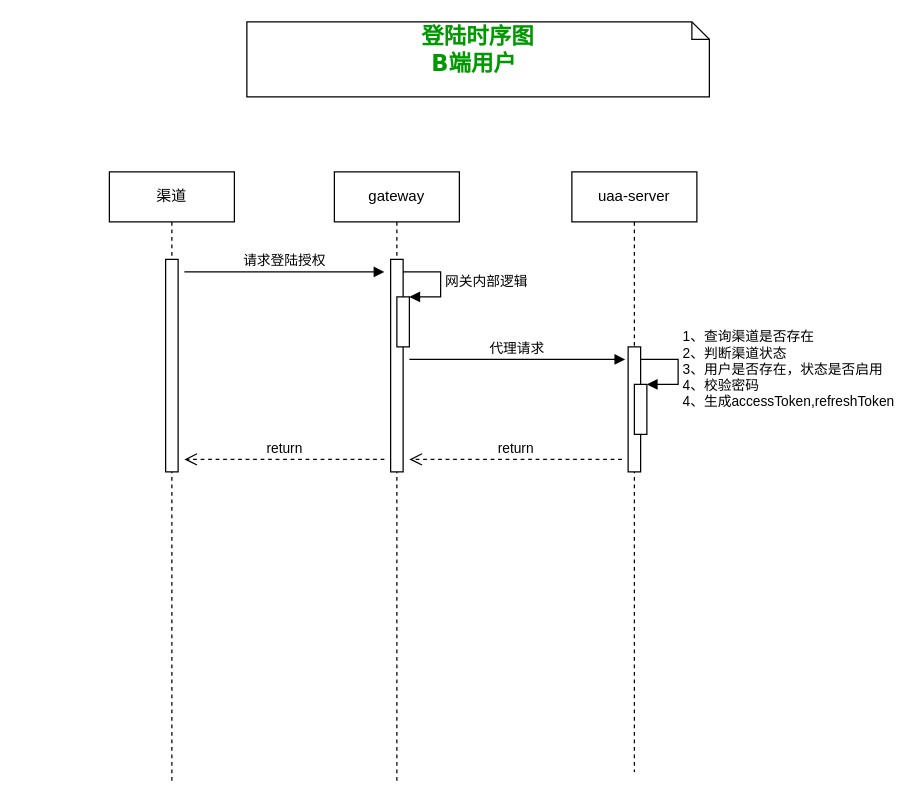
Above: Juzi/登陆流程.drawio in Gopanpan/Gopan-drawing (draw.io), before the change. Source tidied: cells renumbered, new cells numbered last; positions are measured from the earlier drawing's top-left corner, leaving out a move shared by most shapes. Both pictures are drawn from the tidied source at 125%, with x=0, y=0 at pixel (109, 21).
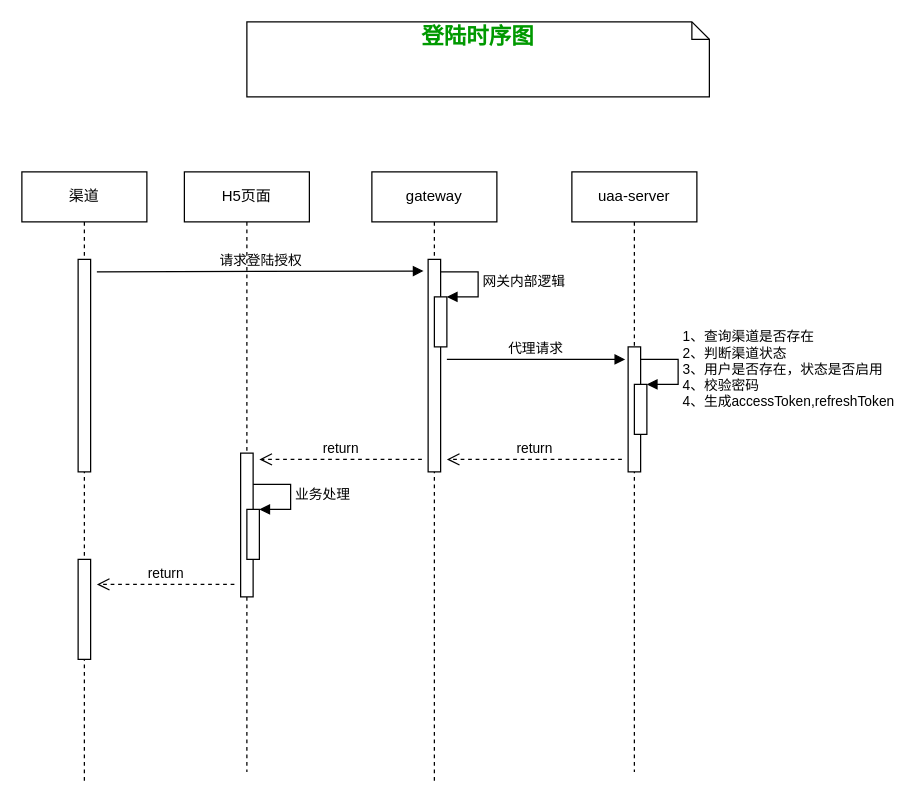
Above is the later version.

The change refers to these unchanged cells:
```xml
<mxCell id="7" style="html=1;points=[];perimeter=orthogonalPerimeter;" parent="6" vertex="1">
  <mxGeometry x="45" y="70" width="10" height="170" as="geometry" />
</mxCell>
```

Change to the diagram source:
```diff
@@
-    <mxCell id="2" value="&lt;font style=&quot;font-size: 18px&quot;&gt;&lt;b&gt;&lt;font color=&quot;#009900&quot;&gt;登陆时序图&lt;br&gt;B端用户&amp;nbsp;&lt;br&gt;&lt;/font&gt;&lt;br&gt;&lt;/b&gt;&lt;/font&gt;" style="shape=note;whiteSpace=wrap;html=1;size=14;verticalAlign=top;align=center;spacingTop=-6;rounded=0;shadow=0;comic=0;labelBackgroundColor=none;strokeWidth=1;fontFamily=Verdana;fontSize=12;" parent="1" vertex="1">
+    <mxCell id="2" value="&lt;font style=&quot;font-size: 18px&quot;&gt;&lt;b&gt;&lt;font color=&quot;#009900&quot;&gt;登陆时序图&lt;/font&gt;&lt;br&gt;&lt;/b&gt;&lt;/font&gt;" style="shape=note;whiteSpace=wrap;html=1;size=14;verticalAlign=top;align=center;spacingTop=-6;rounded=0;shadow=0;comic=0;labelBackgroundColor=none;strokeWidth=1;fontFamily=Verdana;fontSize=12;" parent="1" vertex="1">
       <mxGeometry x="110" width="370" height="60" as="geometry" />
     </mxCell>
     <mxCell id="3" value="渠道" style="shape=umlLifeline;perimeter=lifelinePerimeter;whiteSpace=wrap;html=1;" parent="1" vertex="1">
-      <mxGeometry y="120" width="100" height="490" as="geometry" />
+      <mxGeometry x="-70" y="120" width="100" height="490" as="geometry" />
     </mxCell>
@@
-    <mxCell id="5" value="请求登陆授权" style="html=1;verticalAlign=bottom;endArrow=block;" parent="3" edge="1">
+    <mxCell id="5" value="请求登陆授权" style="html=1;verticalAlign=bottom;endArrow=block;entryX=-0.367;entryY=0.055;entryDx=0;entryDy=0;entryPerimeter=0;" parent="3" edge="1" target="7">
       <mxGeometry relative="1" as="geometry">
         <mxPoint x="60" y="80" as="sourcePoint" />
-        <mxPoint x="220" y="80" as="targetPoint" />
       </mxGeometry>
     </mxCell>
+    <mxCell id="17" style="html=1;perimeter=orthogonalPerimeter;" parent="3" vertex="1">
+      <mxGeometry x="45" y="310" width="10" height="80" as="geometry" />
+    </mxCell>
+    <mxCell id="18" value="return" style="html=1;verticalAlign=bottom;endArrow=open;dashed=1;endSize=8;" parent="3" edge="1">
+      <mxGeometry relative="1" as="geometry">
+        <mxPoint x="170" y="330" as="sourcePoint" />
+        <mxPoint x="60" y="330" as="targetPoint" />
+      </mxGeometry>
+    </mxCell>
     <mxCell id="6" value="gateway" style="shape=umlLifeline;perimeter=lifelinePerimeter;whiteSpace=wrap;html=1;" parent="1" vertex="1">
-      <mxGeometry x="180" y="120" width="100" height="490" as="geometry" />
+      <mxGeometry x="210" y="120" width="100" height="490" as="geometry" />
     </mxCell>
@@
     <mxCell id="15" value="return" style="html=1;verticalAlign=bottom;endArrow=open;dashed=1;endSize=8;" parent="1" edge="1">
       <mxGeometry relative="1" as="geometry">
         <mxPoint x="410" y="350" as="sourcePoint" />
-        <mxPoint x="240" y="350" as="targetPoint" />
+        <mxPoint x="270" y="350" as="targetPoint" />
       </mxGeometry>
     </mxCell>
-    <mxCell id="16" value="return" style="html=1;verticalAlign=bottom;endArrow=open;dashed=1;endSize=8;" parent="1" edge="1">
-      <mxGeometry relative="1" as="geometry">
-        <mxPoint x="220" y="350" as="sourcePoint" />
-        <mxPoint x="60" y="350" as="targetPoint" />
-      </mxGeometry>
-    </mxCell>
+    <mxCell id="19" value="H5页面" style="shape=umlLifeline;perimeter=lifelinePerimeter;whiteSpace=wrap;html=1;" parent="1" vertex="1">
+      <mxGeometry x="60" y="120" width="100" height="480" as="geometry" />
+    </mxCell>
+    <mxCell id="20" style="html=1;perimeter=orthogonalPerimeter;" parent="19" vertex="1">
+      <mxGeometry x="45" y="225" width="10" height="115" as="geometry" />
+    </mxCell>
+    <mxCell id="21" value="return" style="html=1;verticalAlign=bottom;endArrow=open;dashed=1;endSize=8;" parent="19" edge="1">
+      <mxGeometry relative="1" as="geometry">
+        <mxPoint x="190" y="230" as="sourcePoint" />
+        <mxPoint x="60" y="230" as="targetPoint" />
+      </mxGeometry>
+    </mxCell>
+    <mxCell id="22" style="html=1;points=[];perimeter=orthogonalPerimeter;" parent="19" vertex="1">
+      <mxGeometry x="50" y="270" width="10" height="40" as="geometry" />
+    </mxCell>
+    <mxCell id="23" value="业务处理" style="edgeStyle=orthogonalEdgeStyle;html=1;align=left;spacingLeft=2;endArrow=block;rounded=0;entryX=1;entryY=0;" parent="19" edge="1" target="22">
+      <mxGeometry relative="1" as="geometry">
+        <mxPoint x="55" y="250" as="sourcePoint" />
+        <Array as="points">
+          <mxPoint x="85" y="250" />
+        </Array>
+      </mxGeometry>
+    </mxCell>
```
